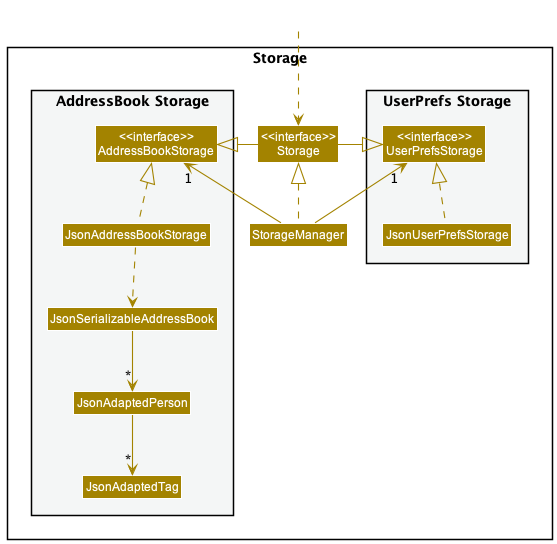
Before: docs/images/StorageClassDiagram.png, a diagram exported from PlantUML (nus-cs2103-AY2223S2/tp).
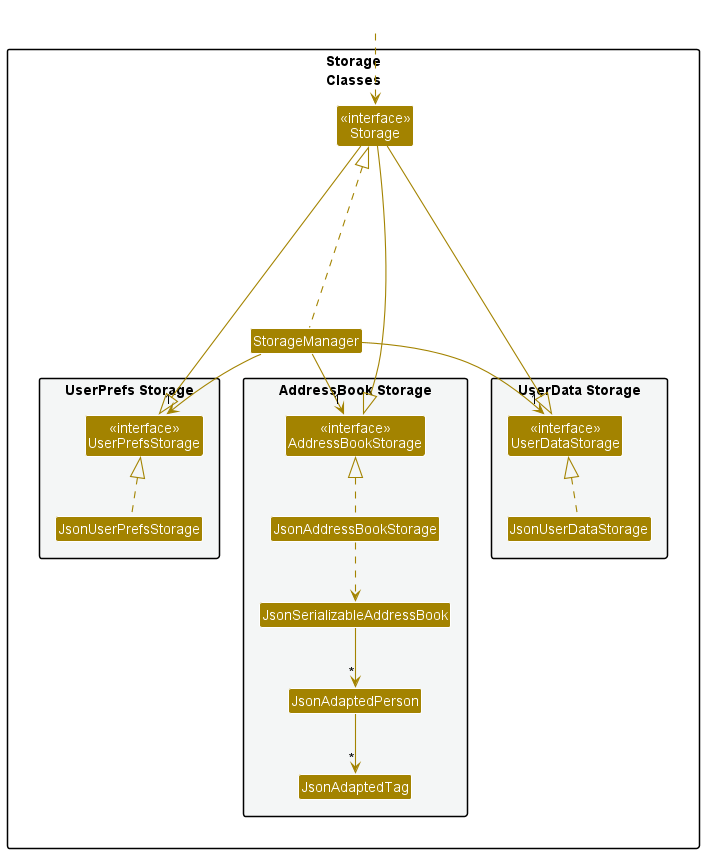
The same file after the commit.

Commit message:
update Storage class diagram in Developer Guide for Login feature

The edit, as a diff of the source:
```diff
@@ -4,22 +4,29 @@
 skinparam arrowColor STORAGE_COLOR
 skinparam classBackgroundColor STORAGE_COLOR
 
-package Storage{
-
-package "UserPrefs Storage" #F4F6F6{
-Class "<<interface>>\nUserPrefsStorage" as UserPrefsStorage
-Class JsonUserPrefsStorage
-}
-
+package Storage\nClasses {
 Class "<<interface>>\nStorage" as Storage
 Class StorageManager
 
-package "AddressBook Storage" #F4F6F6{
-Class "<<interface>>\nAddressBookStorage" as AddressBookStorage
-Class JsonAddressBookStorage
-Class JsonSerializableAddressBook
-Class JsonAdaptedPerson
-Class JsonAdaptedTag
+together {
+
+    package "UserPrefs Storage" #F4F6F6{
+    Class "<<interface>>\nUserPrefsStorage" as UserPrefsStorage
+    Class JsonUserPrefsStorage
+    }
+
+    package "AddressBook Storage" #F4F6F6{
+    Class "<<interface>>\nAddressBookStorage" as AddressBookStorage
+    Class JsonAddressBookStorage
+    Class JsonSerializableAddressBook
+    Class JsonAdaptedPerson
+    Class JsonAdaptedTag
+    }
+
+    package "UserData Storage" #F4F6F6 {
+        Class "<<interface>>\nUserDataStorage" as UserDataStorage
+        Class JsonUserDataStorage
+    }
 }
 
 }
@@ -27,15 +34,18 @@
 Class HiddenOutside #FFFFFF
 HiddenOutside ..> Storage
 
-StorageManager .up.|> Storage
-StorageManager -up-> "1" UserPrefsStorage
-StorageManager -up-> "1" AddressBookStorage
+StorageManager .up...|> Storage
+StorageManager -down-> "1" UserPrefsStorage
+StorageManager -down-> "1" AddressBookStorage
+StorageManager -down-> "1" UserDataStorage
 
-Storage -left-|> UserPrefsStorage
-Storage -right-|> AddressBookStorage
+Storage -down-|> UserPrefsStorage
+Storage -down-|> AddressBookStorage
+Storage -down-|> UserDataStorage
 
 JsonUserPrefsStorage .up.|> UserPrefsStorage
 JsonAddressBookStorage .up.|> AddressBookStorage
+JsonUserDataStorage .up.|> UserDataStorage
 JsonAddressBookStorage ..> JsonSerializableAddressBook
 JsonSerializableAddressBook --> "*" JsonAdaptedPerson
 JsonAdaptedPerson --> "*" JsonAdaptedTag
```
